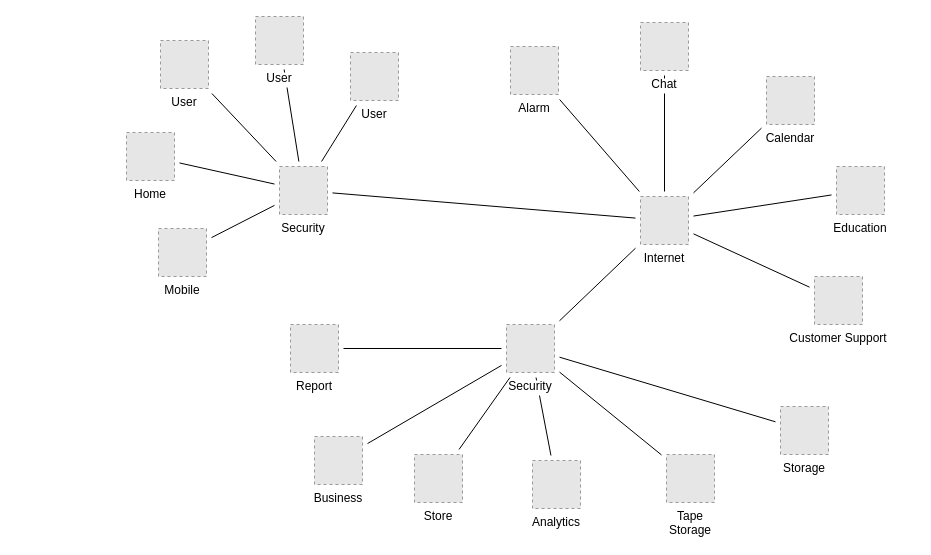
Above: Untitled Diagram.drawio in davidbarat/P13 (draw.io), before the change. Source tidied: cells renumbered, new cells numbered last; positions are measured from the earlier drawing's top-left corner, leaving out a move shared by most shapes. Both pictures are drawn from the tidied source at 100%, with x=0, y=0 at pixel (126, 16). Pictures stored in the file or linked from it are replaced by grey dashed boxes.
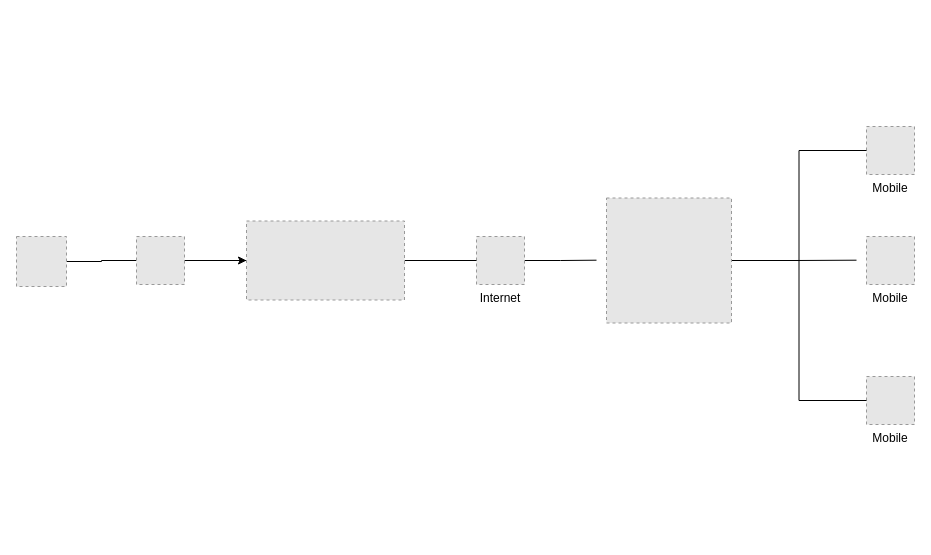
After the change.

What changed in the source:
```diff
@@
-    <mxCell id="2" style="edgeStyle=none;rounded=0;jettySize=auto;html=1;sourcePerimeterSpacing=5;endArrow=none;endFill=0;targetPerimeterSpacing=5;" parent="1" edge="1" source="21" target="31">
-      <mxGeometry relative="1" as="geometry" />
-    </mxCell>
-    <mxCell id="3" style="edgeStyle=none;rounded=0;jettySize=auto;html=1;sourcePerimeterSpacing=5;endArrow=none;endFill=0;targetPerimeterSpacing=5;" parent="1" edge="1" source="24" target="31">
-      <mxGeometry relative="1" as="geometry" />
-    </mxCell>
-    <mxCell id="4" style="edgeStyle=none;rounded=0;jettySize=auto;html=1;sourcePerimeterSpacing=5;endArrow=none;endFill=0;targetPerimeterSpacing=5;" parent="1" edge="1" source="30" target="26">
-      <mxGeometry relative="1" as="geometry" />
-    </mxCell>
-    <mxCell id="5" style="edgeStyle=none;rounded=0;jettySize=auto;html=1;sourcePerimeterSpacing=5;endArrow=none;endFill=0;targetPerimeterSpacing=5;" parent="1" edge="1" source="30" target="22">
-      <mxGeometry relative="1" as="geometry" />
-    </mxCell>
-    <mxCell id="6" style="edgeStyle=none;rounded=0;jettySize=auto;html=1;sourcePerimeterSpacing=5;endArrow=none;endFill=0;targetPerimeterSpacing=5;" parent="1" edge="1" source="30" target="32">
-      <mxGeometry relative="1" as="geometry" />
-    </mxCell>
-    <mxCell id="7" style="edgeStyle=none;rounded=0;jettySize=auto;html=1;sourcePerimeterSpacing=5;endArrow=none;endFill=0;targetPerimeterSpacing=5;" parent="1" edge="1" source="30" target="25">
-      <mxGeometry relative="1" as="geometry" />
-    </mxCell>
-    <mxCell id="8" style="edgeStyle=none;rounded=0;jettySize=auto;html=1;sourcePerimeterSpacing=5;endArrow=none;endFill=0;targetPerimeterSpacing=5;" parent="1" edge="1" source="30" target="23">
-      <mxGeometry relative="1" as="geometry" />
-    </mxCell>
-    <mxCell id="9" style="edgeStyle=none;rounded=0;jettySize=auto;html=1;sourcePerimeterSpacing=5;endArrow=none;endFill=0;targetPerimeterSpacing=5;" parent="1" edge="1" source="30" target="38">
-      <mxGeometry relative="1" as="geometry" />
-    </mxCell>
-    <mxCell id="10" style="edgeStyle=none;rounded=0;jettySize=auto;html=1;sourcePerimeterSpacing=5;endArrow=none;endFill=0;targetPerimeterSpacing=5;" parent="1" edge="1" source="31" target="30">
-      <mxGeometry relative="1" as="geometry" />
-    </mxCell>
-    <mxCell id="11" style="edgeStyle=none;rounded=0;jettySize=auto;html=1;sourcePerimeterSpacing=5;endArrow=none;endFill=0;targetPerimeterSpacing=5;" parent="1" edge="1" source="35" target="31">
-      <mxGeometry relative="1" as="geometry" />
-    </mxCell>
-    <mxCell id="12" style="rounded=0;jettySize=auto;html=1;endArrow=none;endFill=0;sourcePerimeterSpacing=5;targetPerimeterSpacing=5;" parent="1" edge="1" source="36" target="31">
-      <mxGeometry relative="1" as="geometry" />
-    </mxCell>
-    <mxCell id="13" style="edgeStyle=none;rounded=0;jettySize=auto;html=1;sourcePerimeterSpacing=5;endArrow=none;endFill=0;targetPerimeterSpacing=5;" parent="1" edge="1" source="37" target="31">
-      <mxGeometry relative="1" as="geometry" />
-    </mxCell>
-    <mxCell id="14" style="edgeStyle=none;rounded=0;jettySize=auto;html=1;sourcePerimeterSpacing=5;endArrow=none;endFill=0;targetPerimeterSpacing=5;" parent="1" edge="1" source="38" target="28">
-      <mxGeometry relative="1" as="geometry" />
-    </mxCell>
-    <mxCell id="15" style="edgeStyle=none;rounded=0;jettySize=auto;html=1;sourcePerimeterSpacing=5;endArrow=none;endFill=0;targetPerimeterSpacing=5;" parent="1" edge="1" source="38" target="27">
-      <mxGeometry relative="1" as="geometry" />
-    </mxCell>
-    <mxCell id="16" style="edgeStyle=none;rounded=0;jettySize=auto;html=1;sourcePerimeterSpacing=5;endArrow=none;endFill=0;targetPerimeterSpacing=5;" parent="1" edge="1" source="38" target="34">
-      <mxGeometry relative="1" as="geometry" />
-    </mxCell>
-    <mxCell id="17" style="edgeStyle=none;rounded=0;jettySize=auto;html=1;sourcePerimeterSpacing=5;endArrow=none;endFill=0;targetPerimeterSpacing=5;" parent="1" edge="1" source="38" target="33">
-      <mxGeometry relative="1" as="geometry" />
-    </mxCell>
-    <mxCell id="18" style="edgeStyle=none;rounded=0;jettySize=auto;html=1;sourcePerimeterSpacing=5;endArrow=none;endFill=0;targetPerimeterSpacing=5;" parent="1" edge="1" source="38" target="20">
-      <mxGeometry relative="1" as="geometry" />
-    </mxCell>
-    <mxCell id="19" style="edgeStyle=none;rounded=0;jettySize=auto;html=1;sourcePerimeterSpacing=5;endArrow=none;endFill=0;targetPerimeterSpacing=5;" parent="1" edge="1" source="38" target="29">
-      <mxGeometry relative="1" as="geometry" />
-    </mxCell>
-    <mxCell id="20" value="Tape&#10;Storage" style="fillColor=#E6E6E6;strokeColor=#999999;dashed=1;verticalLabelPosition=bottom;verticalAlign=top;labelBackgroundColor=#ffffff;" parent="1" vertex="1">
-      <mxGeometry x="540" y="438" width="48" height="48" as="geometry" />
-    </mxCell>
     <mxCell id="21" value="Mobile" style="fillColor=#E6E6E6;strokeColor=#999999;dashed=1;verticalLabelPosition=bottom;verticalAlign=top;labelBackgroundColor=#ffffff;" parent="1" vertex="1">
-      <mxGeometry x="32" y="212" width="48" height="48" as="geometry" />
+      <mxGeometry x="740" y="110" width="48" height="48" as="geometry" />
     </mxCell>
-    <mxCell id="22" value="Chat" style="fillColor=#E6E6E6;strokeColor=#999999;dashed=1;verticalLabelPosition=bottom;verticalAlign=top;labelBackgroundColor=#ffffff;" parent="1" vertex="1">
-      <mxGeometry x="514" y="6" width="48" height="48" as="geometry" />
-    </mxCell>
-    <mxCell id="23" value="Customer Support" style="fillColor=#E6E6E6;strokeColor=#999999;dashed=1;verticalLabelPosition=bottom;verticalAlign=top;labelBackgroundColor=#ffffff;" parent="1" vertex="1">
-      <mxGeometry x="688" y="260" width="48" height="48" as="geometry" />
-    </mxCell>
-    <mxCell id="24" value="Home" style="fillColor=#E6E6E6;strokeColor=#999999;dashed=1;verticalLabelPosition=bottom;verticalAlign=top;labelBackgroundColor=#ffffff;" parent="1" vertex="1">
-      <mxGeometry y="116" width="48" height="48" as="geometry" />
-    </mxCell>
-    <mxCell id="25" value="Education" style="fillColor=#E6E6E6;strokeColor=#999999;dashed=1;verticalLabelPosition=bottom;verticalAlign=top;labelBackgroundColor=#ffffff;" parent="1" vertex="1">
-      <mxGeometry x="710" y="150" width="48" height="48" as="geometry" />
-    </mxCell>
-    <mxCell id="26" value="Alarm" style="fillColor=#E6E6E6;strokeColor=#999999;dashed=1;verticalLabelPosition=bottom;verticalAlign=top;labelBackgroundColor=#ffffff;" parent="1" vertex="1">
-      <mxGeometry x="384" y="30" width="48" height="48" as="geometry" />
-    </mxCell>
-    <mxCell id="27" value="Business" style="fillColor=#E6E6E6;strokeColor=#999999;dashed=1;verticalLabelPosition=bottom;verticalAlign=top;labelBackgroundColor=#ffffff;" parent="1" vertex="1">
-      <mxGeometry x="188" y="420" width="48" height="48" as="geometry" />
-    </mxCell>
-    <mxCell id="28" value="Report" style="fillColor=#E6E6E6;strokeColor=#999999;dashed=1;verticalLabelPosition=bottom;verticalAlign=top;labelBackgroundColor=#ffffff;" parent="1" vertex="1">
-      <mxGeometry x="164" y="308" width="48" height="48" as="geometry" />
-    </mxCell>
-    <mxCell id="29" value="Storage" style="fillColor=#E6E6E6;strokeColor=#999999;dashed=1;verticalLabelPosition=bottom;verticalAlign=top;labelBackgroundColor=#ffffff;" parent="1" vertex="1">
-      <mxGeometry x="654" y="390" width="48" height="48" as="geometry" />
-    </mxCell>
+    <mxCell id="39" style="edgeStyle=orthogonalEdgeStyle;rounded=0;jettySize=auto;html=1;exitX=1;exitY=0.5;exitDx=0;exitDy=0;endArrow=none;endFill=0;" parent="1" edge="1" source="30">
+      <mxGeometry relative="1" as="geometry">
+        <mxPoint x="470" y="243.7" as="targetPoint" />
+      </mxGeometry>
+    </mxCell>
     <mxCell id="30" value="Internet" style="fillColor=#E6E6E6;strokeColor=#999999;dashed=1;verticalLabelPosition=bottom;verticalAlign=top;labelBackgroundColor=#ffffff;" parent="1" vertex="1">
-      <mxGeometry x="514" y="180" width="48" height="48" as="geometry" />
+      <mxGeometry x="350" y="220" width="48" height="48" as="geometry" />
     </mxCell>
-    <mxCell id="31" value="Security" style="fillColor=#E6E6E6;strokeColor=#999999;dashed=1;verticalLabelPosition=bottom;verticalAlign=top;labelBackgroundColor=#ffffff;" parent="1" vertex="1">
-      <mxGeometry x="153" y="150" width="48" height="48" as="geometry" />
-    </mxCell>
-    <mxCell id="32" value="Calendar" style="fillColor=#E6E6E6;strokeColor=#999999;dashed=1;verticalLabelPosition=bottom;verticalAlign=top;labelBackgroundColor=#ffffff;" parent="1" vertex="1">
-      <mxGeometry x="640" y="60" width="48" height="48" as="geometry" />
-    </mxCell>
-    <mxCell id="33" value="Analytics" style="fillColor=#E6E6E6;strokeColor=#999999;dashed=1;verticalLabelPosition=bottom;verticalAlign=top;labelBackgroundColor=#ffffff;" parent="1" vertex="1">
-      <mxGeometry x="406" y="444" width="48" height="48" as="geometry" />
-    </mxCell>
-    <mxCell id="34" value="Store" style="fillColor=#E6E6E6;strokeColor=#999999;dashed=1;verticalLabelPosition=bottom;verticalAlign=top;labelBackgroundColor=#ffffff;" parent="1" vertex="1">
-      <mxGeometry x="288" y="438" width="48" height="48" as="geometry" />
-    </mxCell>
-    <mxCell id="35" value="User" style="fillColor=#E6E6E6;strokeColor=#999999;dashed=1;verticalLabelPosition=bottom;verticalAlign=top;labelBackgroundColor=#ffffff;" parent="1" vertex="1">
-      <mxGeometry x="34" y="24" width="48" height="48" as="geometry" />
-    </mxCell>
-    <mxCell id="36" value="User" style="fillColor=#E6E6E6;strokeColor=#999999;dashed=1;verticalLabelPosition=bottom;verticalAlign=top;labelBackgroundColor=#ffffff;" parent="1" vertex="1">
-      <mxGeometry x="224" y="36" width="48" height="48" as="geometry" />
-    </mxCell>
-    <mxCell id="37" value="User" style="fillColor=#E6E6E6;strokeColor=#999999;dashed=1;verticalLabelPosition=bottom;verticalAlign=top;labelBackgroundColor=#ffffff;" parent="1" vertex="1">
-      <mxGeometry x="129" width="48" height="48" as="geometry" />
-    </mxCell>
-    <mxCell id="38" value="Security" style="fillColor=#E6E6E6;strokeColor=#999999;dashed=1;verticalLabelPosition=bottom;verticalAlign=top;labelBackgroundColor=#ffffff;" parent="1" vertex="1">
-      <mxGeometry x="380" y="308" width="48" height="48" as="geometry" />
-    </mxCell>
+    <mxCell id="40" style="edgeStyle=orthogonalEdgeStyle;rounded=0;jettySize=auto;html=1;exitX=1;exitY=0.5;exitDx=0;exitDy=0;entryX=0;entryY=0.5;entryDx=0;entryDy=0;endArrow=none;endFill=0;" parent="1" edge="1" source="41" target="44">
+      <mxGeometry relative="1" as="geometry" />
+    </mxCell>
+    <mxCell id="41" style="fillColor=#E6E6E6;strokeColor=#999999;dashed=1;verticalLabelPosition=bottom;verticalAlign=top;" parent="1" vertex="1">
+      <mxGeometry x="-110" y="220" width="50" height="50" as="geometry" />
+    </mxCell>
+    <mxCell id="42" style="edgeStyle=orthogonalEdgeStyle;rounded=0;jettySize=auto;html=1;" parent="1" edge="1" source="44" target="46">
+      <mxGeometry relative="1" as="geometry" />
+    </mxCell>
+    <mxCell id="43" style="edgeStyle=orthogonalEdgeStyle;rounded=0;jettySize=auto;html=1;endArrow=none;endFill=0;" parent="1" edge="1" source="44" target="46">
+      <mxGeometry relative="1" as="geometry" />
+    </mxCell>
+    <mxCell id="44" style="fillColor=#E6E6E6;strokeColor=#999999;dashed=1;verticalLabelPosition=bottom;verticalAlign=top;" parent="1" vertex="1">
+      <mxGeometry x="10" y="220" width="48" height="48" as="geometry" />
+    </mxCell>
+    <mxCell id="45" style="edgeStyle=orthogonalEdgeStyle;rounded=0;jettySize=auto;html=1;exitX=1;exitY=0.5;exitDx=0;exitDy=0;entryX=0;entryY=0.5;entryDx=0;entryDy=0;endArrow=none;endFill=0;" parent="1" edge="1" source="46" target="30">
+      <mxGeometry relative="1" as="geometry" />
+    </mxCell>
+    <mxCell id="46" style="fillColor=#E6E6E6;strokeColor=#999999;dashed=1;verticalLabelPosition=bottom;labelBackgroundColor=#ffffff;verticalAlign=top;" parent="1" vertex="1">
+      <mxGeometry x="120" y="204.5" width="158" height="79" as="geometry" />
+    </mxCell>
+    <mxCell id="47" value="Mobile" style="fillColor=#E6E6E6;strokeColor=#999999;dashed=1;verticalLabelPosition=bottom;verticalAlign=top;labelBackgroundColor=#ffffff;" parent="1" vertex="1">
+      <mxGeometry x="740" y="220" width="48" height="48" as="geometry" />
+    </mxCell>
+    <mxCell id="48" value="Mobile" style="fillColor=#E6E6E6;strokeColor=#999999;dashed=1;verticalLabelPosition=bottom;verticalAlign=top;labelBackgroundColor=#ffffff;" parent="1" vertex="1">
+      <mxGeometry x="740" y="360" width="48" height="48" as="geometry" />
+    </mxCell>
+    <mxCell id="49" style="edgeStyle=orthogonalEdgeStyle;rounded=0;jettySize=auto;html=1;exitX=1;exitY=0.5;exitDx=0;exitDy=0;endArrow=none;endFill=0;" parent="1" edge="1" source="52">
+      <mxGeometry relative="1" as="geometry">
+        <mxPoint x="730" y="243.7" as="targetPoint" />
+      </mxGeometry>
+    </mxCell>
+    <mxCell id="50" style="edgeStyle=orthogonalEdgeStyle;rounded=0;jettySize=auto;html=1;exitX=1;exitY=0.5;exitDx=0;exitDy=0;entryX=0;entryY=0.5;entryDx=0;entryDy=0;endArrow=none;endFill=0;" parent="1" edge="1" source="52" target="48">
+      <mxGeometry relative="1" as="geometry" />
+    </mxCell>
+    <mxCell id="51" style="edgeStyle=orthogonalEdgeStyle;rounded=0;jettySize=auto;html=1;exitX=1;exitY=0.5;exitDx=0;exitDy=0;entryX=0;entryY=0.5;entryDx=0;entryDy=0;endArrow=none;endFill=0;" parent="1" edge="1" source="52" target="21">
+      <mxGeometry relative="1" as="geometry" />
+    </mxCell>
+    <mxCell id="52" style="fillColor=#E6E6E6;strokeColor=#999999;dashed=1;verticalLabelPosition=bottom;labelBackgroundColor=#ffffff;verticalAlign=top;" parent="1" vertex="1">
+      <mxGeometry x="480" y="181.5" width="125" height="125" as="geometry" />
+    </mxCell>
```
